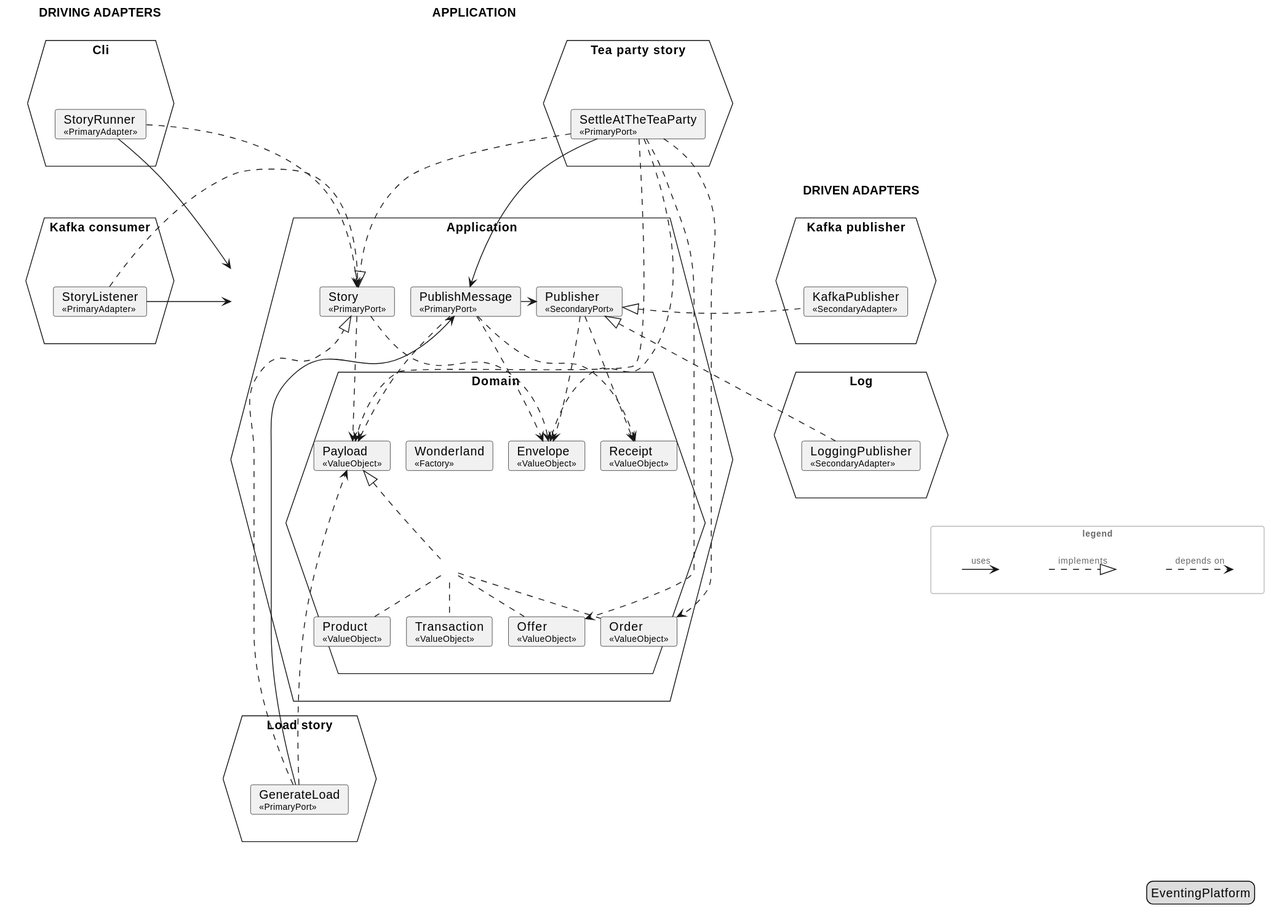
Above: docs/generated/architecture/svg/hexagon.svg in Mathmagicians/confluent-eventing-playground (PlantUML), before the change.
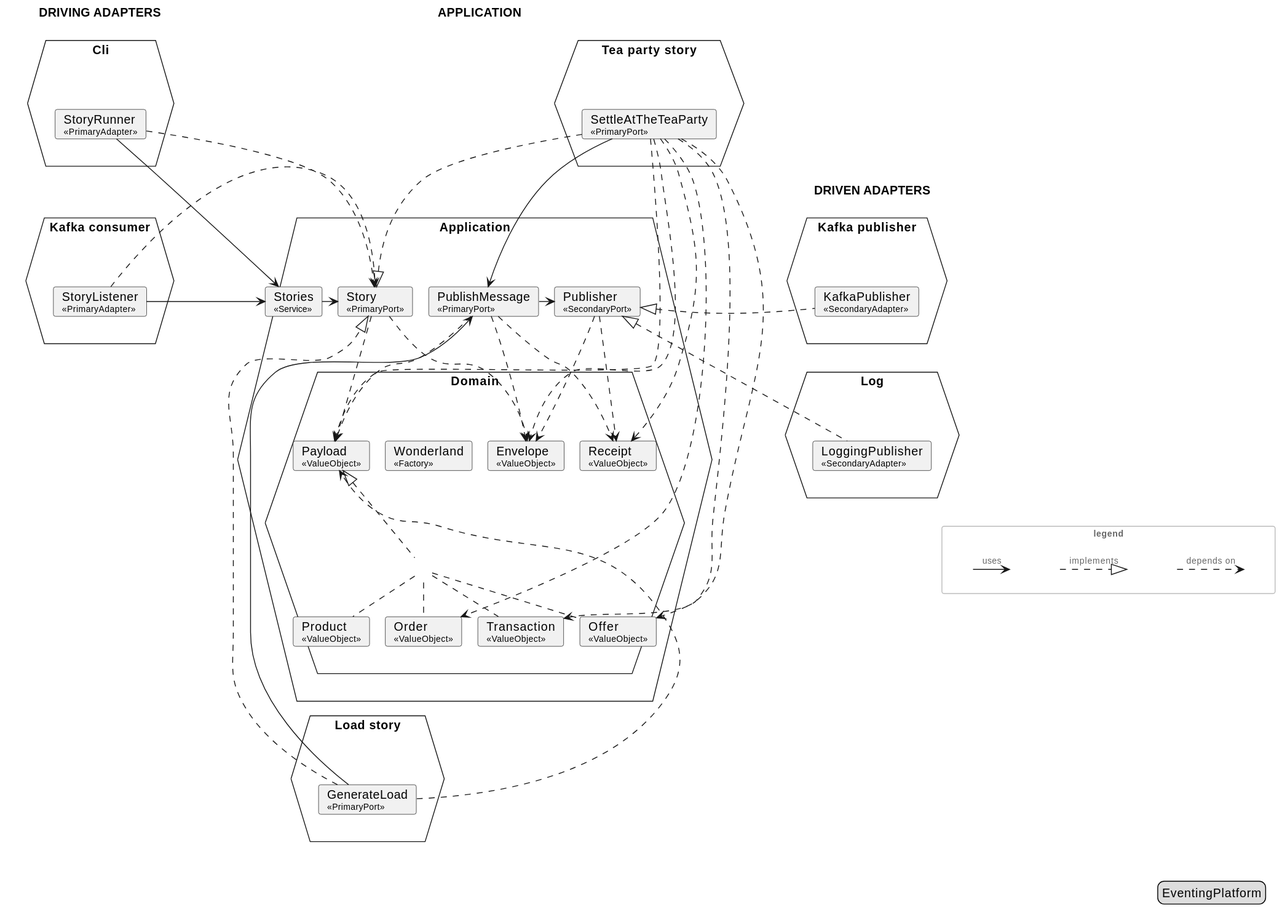
Later version of the same file.

Change to the diagram source:
```diff
@@ -30,8 +30,10 @@
       card "PublishMessage\n<size:10>«PrimaryPort»</size>" as m_Application_PublishMessage
       card "Story\n<size:10>«PrimaryPort»</size>" as m_Application_Story
       card "Publisher\n<size:10>«SecondaryPort»</size>" as m_Application_Publisher
+      card "Stories\n<size:10>«Service»</size>" as m_Application_Stories
       m_Application_PublishMessage -[hidden]right-> m_Application_Story
       m_Application_Story -[hidden]right-> m_Application_Publisher
+      m_Application_Publisher -[hidden]right-> m_Application_Stories
       hexagon "Domain" as m_Domain {
         rectangle "<size:1> </size>" as m_Domain_in #line:transparent {
           card "Wonderland\n<size:10>«Factory»</size>" as m_Domain_Wonderland
@@ -60,6 +62,7 @@
       m_Application_PublishMessage -[hidden]down-> m_Domain_Envelope
       m_Application_Story -[hidden]down-> m_Domain_Envelope
       m_Application_Publisher -[hidden]down-> m_Domain_Envelope
+      m_Application_Stories -[hidden]down-> m_Domain_Envelope
     }
   }
   hexagon "Load story" as m_Load_story {
@@ -98,11 +101,12 @@
 m_Application_PublishMessage ..> m_Domain_Receipt
 m_Application_Publisher ..> m_Domain_Envelope
 m_Application_Publisher ..> m_Domain_Receipt
+m_Application_Stories -right-> m_Application_Story
 m_Application_Story ..> m_Domain_Envelope
 m_Application_Story ..> m_Domain_Payload
-m_Cli_StoryRunner -right-> m_Application
+m_Cli_StoryRunner -right-> m_Application_Stories
 m_Cli_StoryRunner .right.> m_Application_Story
-m_Kafka_consumer_StoryListener -right-> m_Application
+m_Kafka_consumer_StoryListener -right-> m_Application_Stories
 m_Kafka_consumer_StoryListener .right.> m_Application_Story
 m_Kafka_publisher_KafkaPublisher .left.|> m_Application_Publisher
 m_Load_story_GenerateLoad --> m_Application_PublishMessage
@@ -115,6 +119,8 @@
 m_Tea_party_story_SettleAtTheTeaParty ..> m_Domain_Offer
 m_Tea_party_story_SettleAtTheTeaParty ..> m_Domain_Order
 m_Tea_party_story_SettleAtTheTeaParty ..> m_Domain_Payload
+m_Tea_party_story_SettleAtTheTeaParty ..> m_Domain_Receipt
+m_Tea_party_story_SettleAtTheTeaParty ..> m_Domain_Transaction
 
 rectangle "<size:10>legend</size>" as legend #line:BBBBBB;text:666666 {
   label " " as l_uses_from
```
